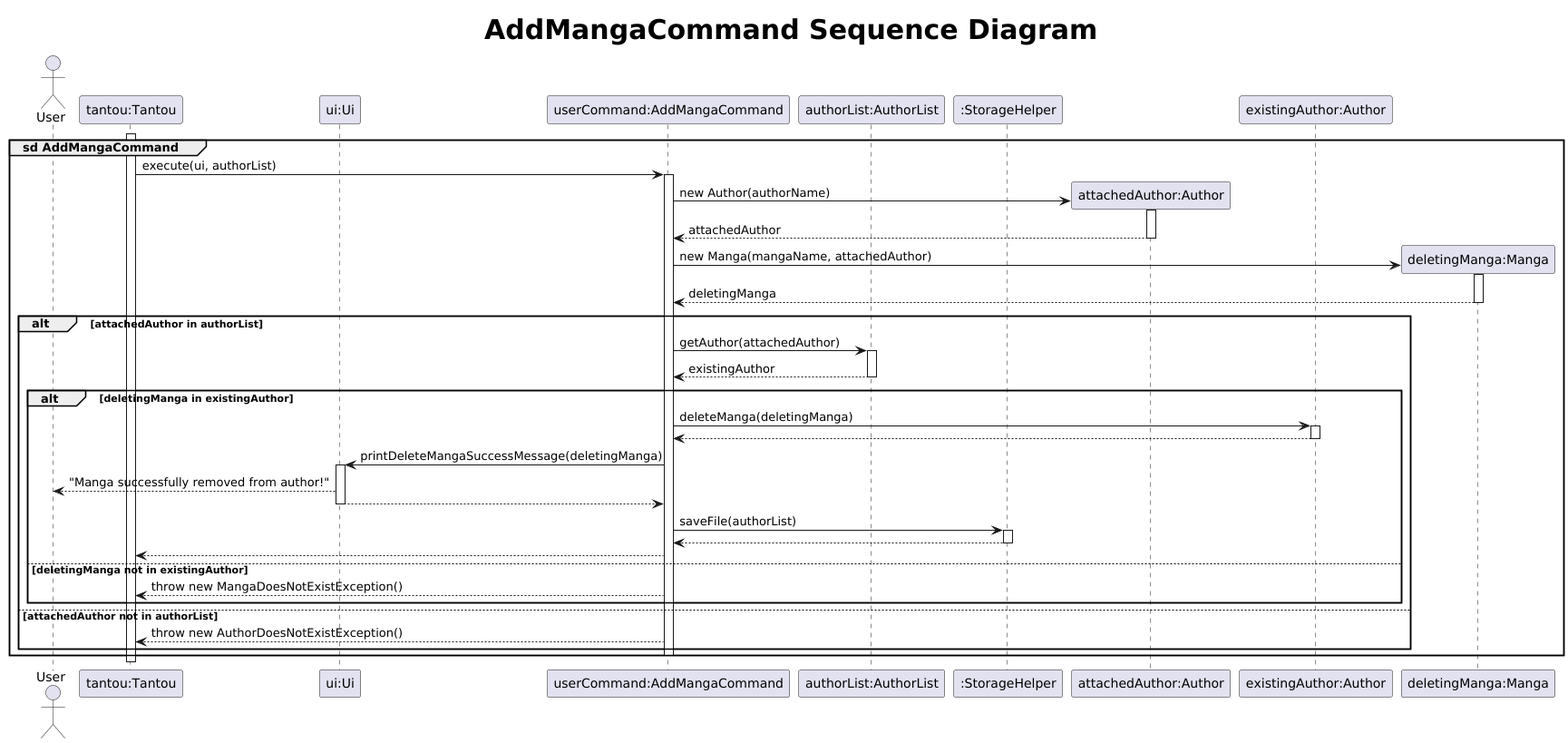
Above: docs/uml/images/DeleteMangaSequence.png in xenthm/tp (PlantUML), before the change.
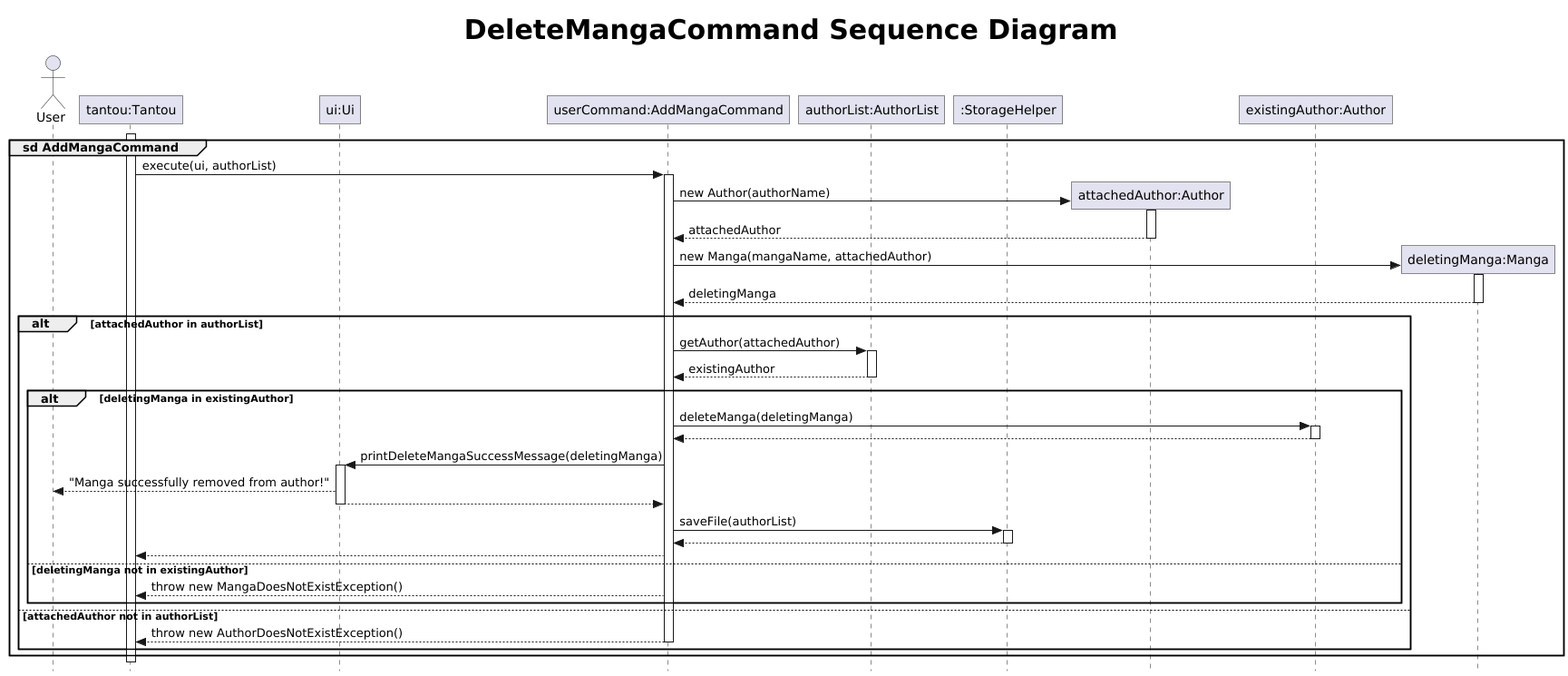
Later version of the same file.

Commit message:
Update DeleteMangaCommand sequence diagram

Change to the diagram source:
```diff
@@ -1,6 +1,9 @@
 @startuml
 autoactivate off
-title <size:30> AddMangaCommand Sequence Diagram
+title <size:30> DeleteMangaCommand Sequence Diagram
+hide footbox
+skinparam roundCorner 0
+skinparam style strictuml
 
 actor User
 participant "tantou:Tantou" as tantou
@@ -57,8 +60,8 @@
         end
     else attachedAuthor not in authorList
         userCommand --> tantou : throw new AuthorDoesNotExistException()
+        deactivate userCommand
     end
-    deactivate userCommand
 end
 deactivate tantou
 autoactivate on
```
